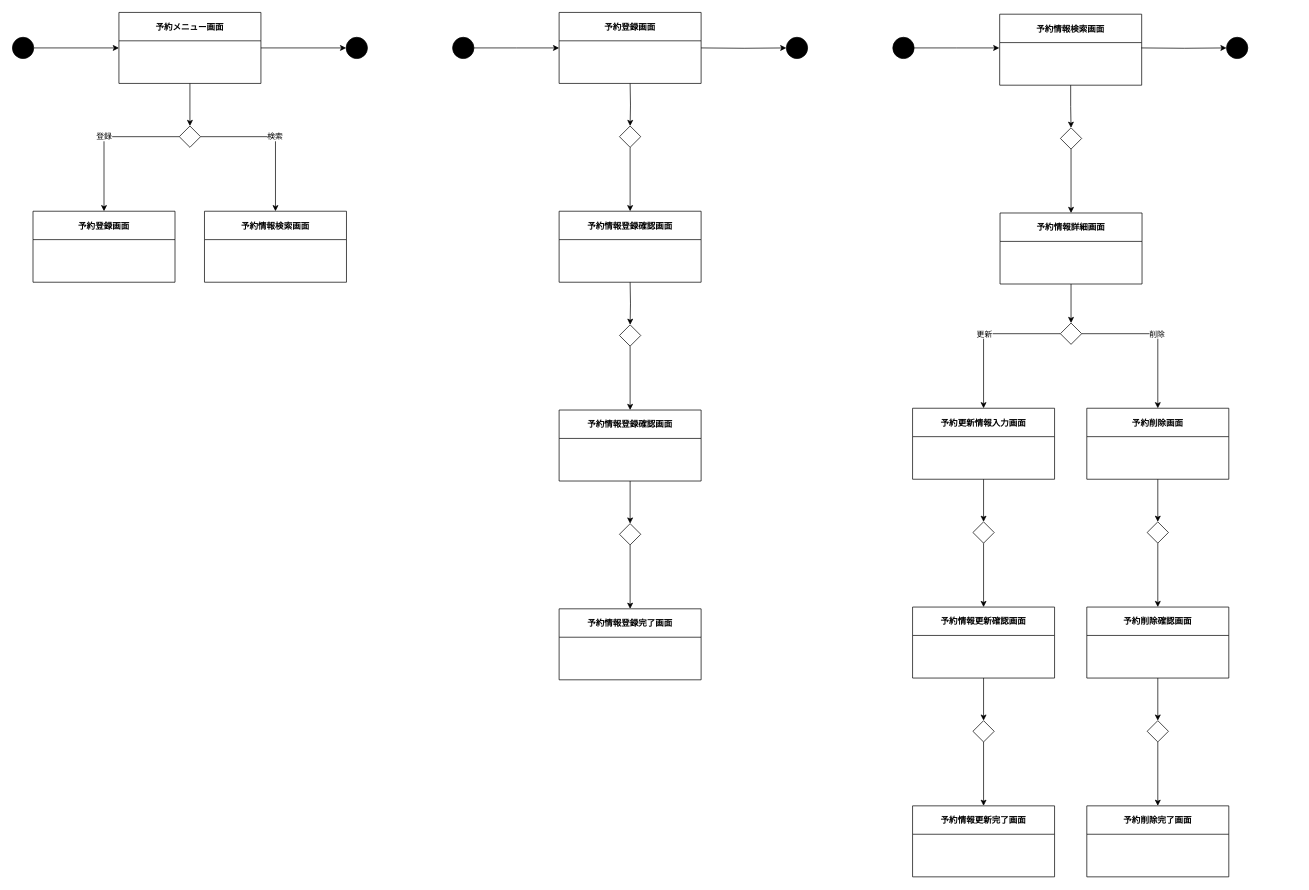
Earlier version of the draw.io diagram Documents/図書管理システム/成果物/20_外部設計/画面推移図/drawio/RM.drawio (charlie24403/Librarians). Source tidied: cells renumbered, new cells numbered last; positions are measured from the earlier drawing's top-left corner, leaving out a move shared by most shapes. Both pictures are drawn from the tidied source at 71%, with x=0, y=0 at pixel (12, 12).
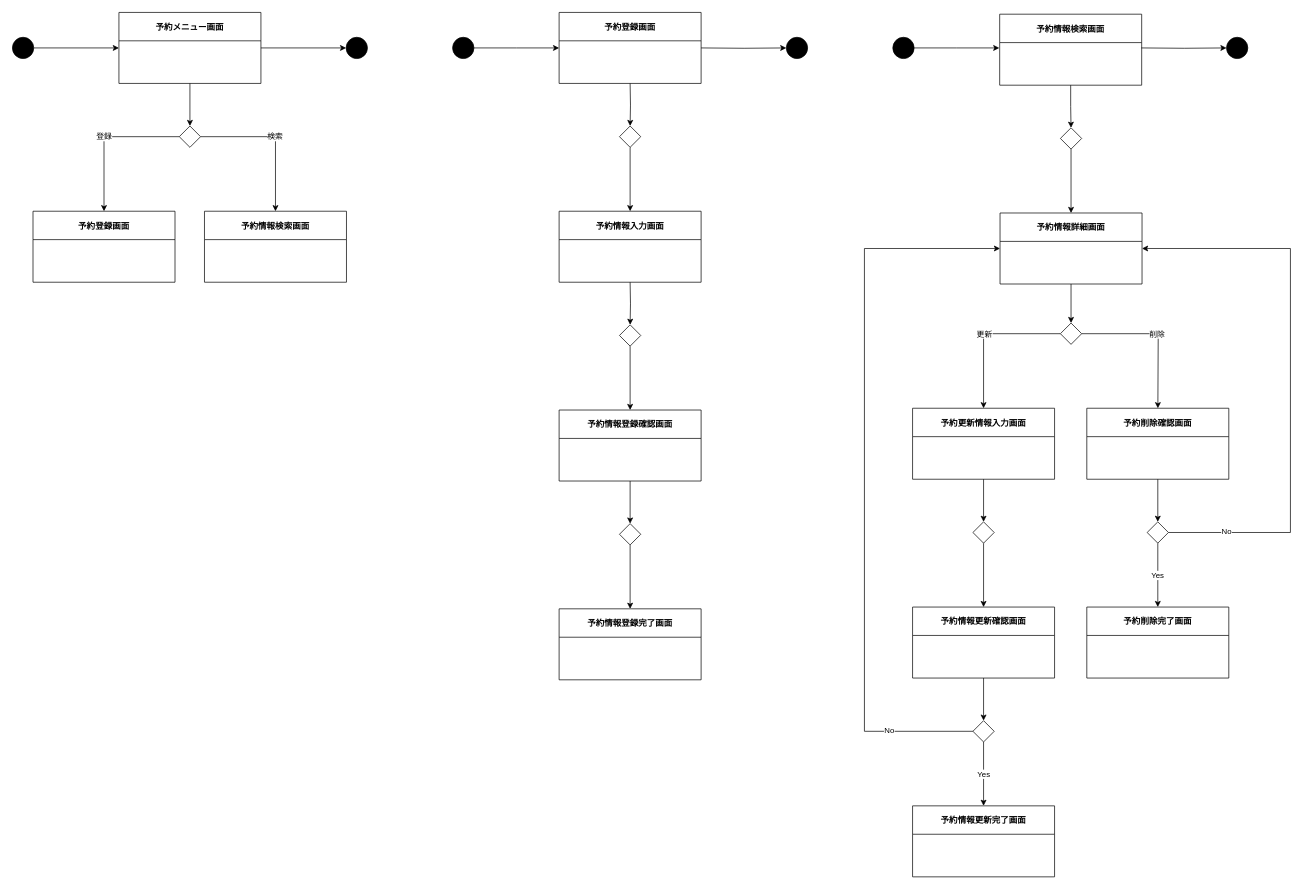
The same page after the edit.

Unchanged cells that the change refers to:
```xml
<mxCell id="18" value="予約情報詳細画面" style="swimlane;startSize=40;" parent="1" vertex="1">
  <mxGeometry x="1391" y="282.5" width="200" height="100" as="geometry" />
</mxCell>
<mxCell id="27" style="rhombus;whiteSpace=wrap;html=1;fillColor=#FFFFFF;" parent="1" vertex="1">
  <mxGeometry x="1476" y="437.5" width="30" height="30" as="geometry" />
</mxCell>
<mxCell id="37" value="予約情報更新完了画面" style="swimlane;startSize=40;" parent="1" vertex="1">
  <mxGeometry x="1267.8" y="1117.5" width="200" height="100" as="geometry" />
</mxCell>
<mxCell id="39" style="rhombus;whiteSpace=wrap;html=1;fillColor=#FFFFFF;" parent="1" vertex="1">
  <mxGeometry x="1352.8" y="997.5" width="30" height="30" as="geometry" />
</mxCell>
```

What changed in the source:
```diff
@@
-    <mxCell id="21" style="edgeStyle=orthogonalEdgeStyle;rounded=0;jettySize=auto;html=1;entryX=0.5;entryY=0;entryDx=0;entryDy=0;" parent="1" edge="1" source="22" target="35">
-      <mxGeometry relative="1" as="geometry" />
+    <mxCell id="21" style="edgeStyle=orthogonalEdgeStyle;rounded=0;orthogonalLoop=1;jettySize=auto;html=1;entryX=0.5;entryY=0;entryDx=0;entryDy=0;" parent="1" edge="1">
+      <mxGeometry relative="1" as="geometry">
+        <mxPoint x="1613.2" y="717.5" as="targetPoint" />
+      </mxGeometry>
     </mxCell>
-    <mxCell id="22" value="予約削除画面" style="swimlane;startSize=40;" parent="1" vertex="1">
-      <mxGeometry x="1513.2" y="557.5" width="200" height="100" as="geometry" />
-    </mxCell>
@@
-    <mxCell id="26" value="削除" style="edgeStyle=orthogonalEdgeStyle;rounded=0;jettySize=auto;html=1;" parent="1" edge="1" source="27" target="22">
-      <mxGeometry relative="1" as="geometry" />
+    <mxCell id="26" value="削除" style="edgeStyle=orthogonalEdgeStyle;rounded=0;jettySize=auto;html=1;" parent="1" edge="1" source="27">
+      <mxGeometry relative="1" as="geometry">
+        <mxPoint x="1613.3" y="557.5" as="targetPoint" />
+      </mxGeometry>
     </mxCell>
@@
     <mxCell id="29" value="予約削除確認画面" style="swimlane;startSize=40;" parent="1" vertex="1">
-      <mxGeometry x="1513.2" y="837.5" width="200" height="100" as="geometry" />
+      <mxGeometry x="1513.2" y="557.5" width="200" height="100" as="geometry" />
     </mxCell>
@@
-    <mxCell id="34" style="edgeStyle=orthogonalEdgeStyle;rounded=0;jettySize=auto;html=1;" parent="1" edge="1" source="35" target="29">
-      <mxGeometry relative="1" as="geometry" />
-    </mxCell>
-    <mxCell id="35" style="rhombus;whiteSpace=wrap;html=1;fillColor=#FFFFFF;" parent="1" vertex="1">
-      <mxGeometry x="1598.2" y="717.5" width="30" height="30" as="geometry" />
-    </mxCell>
     <mxCell id="36" value="予約削除完了画面" style="swimlane;startSize=40;" parent="1" vertex="1">
-      <mxGeometry x="1513.2" y="1117.5" width="200" height="100" as="geometry" />
+      <mxGeometry x="1513.2" y="837.5" width="200" height="100" as="geometry" />
     </mxCell>
@@
-    <mxCell id="38" style="edgeStyle=orthogonalEdgeStyle;rounded=0;jettySize=auto;html=1;" parent="1" edge="1" source="39" target="37">
+    <mxCell id="38" value="Yes" style="edgeStyle=orthogonalEdgeStyle;rounded=0;jettySize=auto;html=1;" parent="1" edge="1" source="39" target="37">
       <mxGeometry relative="1" as="geometry" />
     </mxCell>
+    <mxCell id="61" value="No" style="edgeStyle=orthogonalEdgeStyle;rounded=0;jettySize=auto;html=1;entryX=0;entryY=0.5;entryDx=0;entryDy=0;" parent="1" edge="1" source="39" target="18">
+      <mxGeometry x="-0.77" y="-2" relative="1" as="geometry">
+        <Array as="points">
+          <mxPoint x="1200" y="1013" />
+          <mxPoint x="1200" y="333" />
+        </Array>
+      </mxGeometry>
+    </mxCell>
@@
-    <mxCell id="40" style="edgeStyle=orthogonalEdgeStyle;rounded=0;jettySize=auto;html=1;" parent="1" edge="1" source="41" target="36">
+    <mxCell id="40" value="Yes" style="edgeStyle=orthogonalEdgeStyle;rounded=0;jettySize=auto;html=1;" parent="1" edge="1" source="41" target="36">
       <mxGeometry relative="1" as="geometry" />
     </mxCell>
+    <mxCell id="62" value="No" style="edgeStyle=orthogonalEdgeStyle;rounded=0;jettySize=auto;html=1;entryX=1;entryY=0.5;entryDx=0;entryDy=0;" parent="1" edge="1" source="41" target="18">
+      <mxGeometry x="-0.79" y="3" relative="1" as="geometry">
+        <Array as="points">
+          <mxPoint x="1800" y="733" />
+          <mxPoint x="1800" y="333" />
+        </Array>
+        <mxPoint y="1" as="offset" />
+      </mxGeometry>
+    </mxCell>
     <mxCell id="41" style="rhombus;whiteSpace=wrap;html=1;fillColor=#FFFFFF;" parent="1" vertex="1">
-      <mxGeometry x="1598.2" y="997.5" width="30" height="30" as="geometry" />
+      <mxGeometry x="1598.2" y="717.5" width="30" height="30" as="geometry" />
     </mxCell>
@@
-    <mxCell id="58" value="予約情報登録確認画面" style="swimlane;startSize=40;" parent="1" vertex="1">
+    <mxCell id="58" value="予約情報入力画面" style="swimlane;startSize=40;" parent="1" vertex="1">
       <mxGeometry x="770" y="280" width="200" height="100" as="geometry" />
     </mxCell>
```
